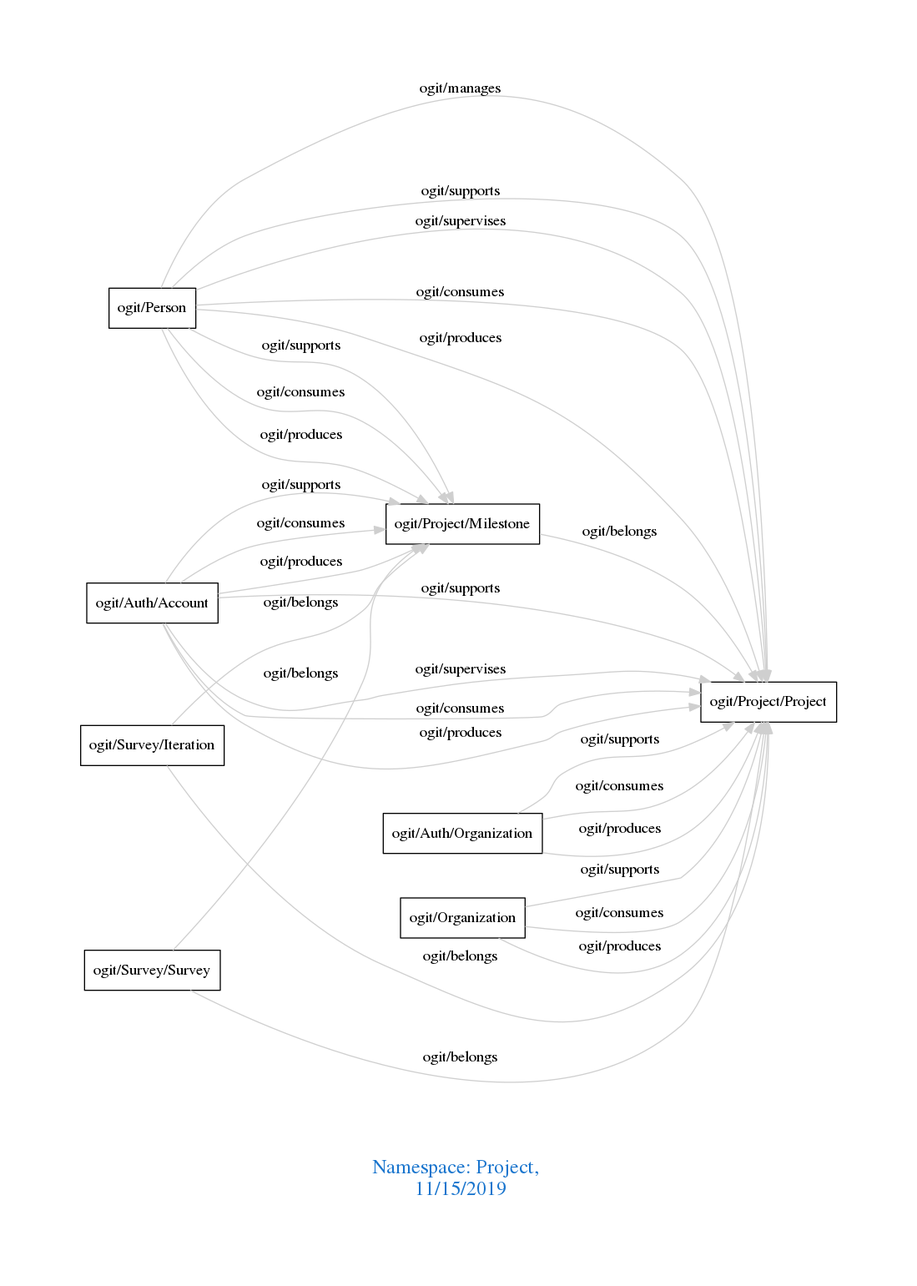
arago/OGIT keeps this Graphviz diagram as downloads/Project.png. Above is the earlier version. Its source is kept beside it as downloads/Project.dot.
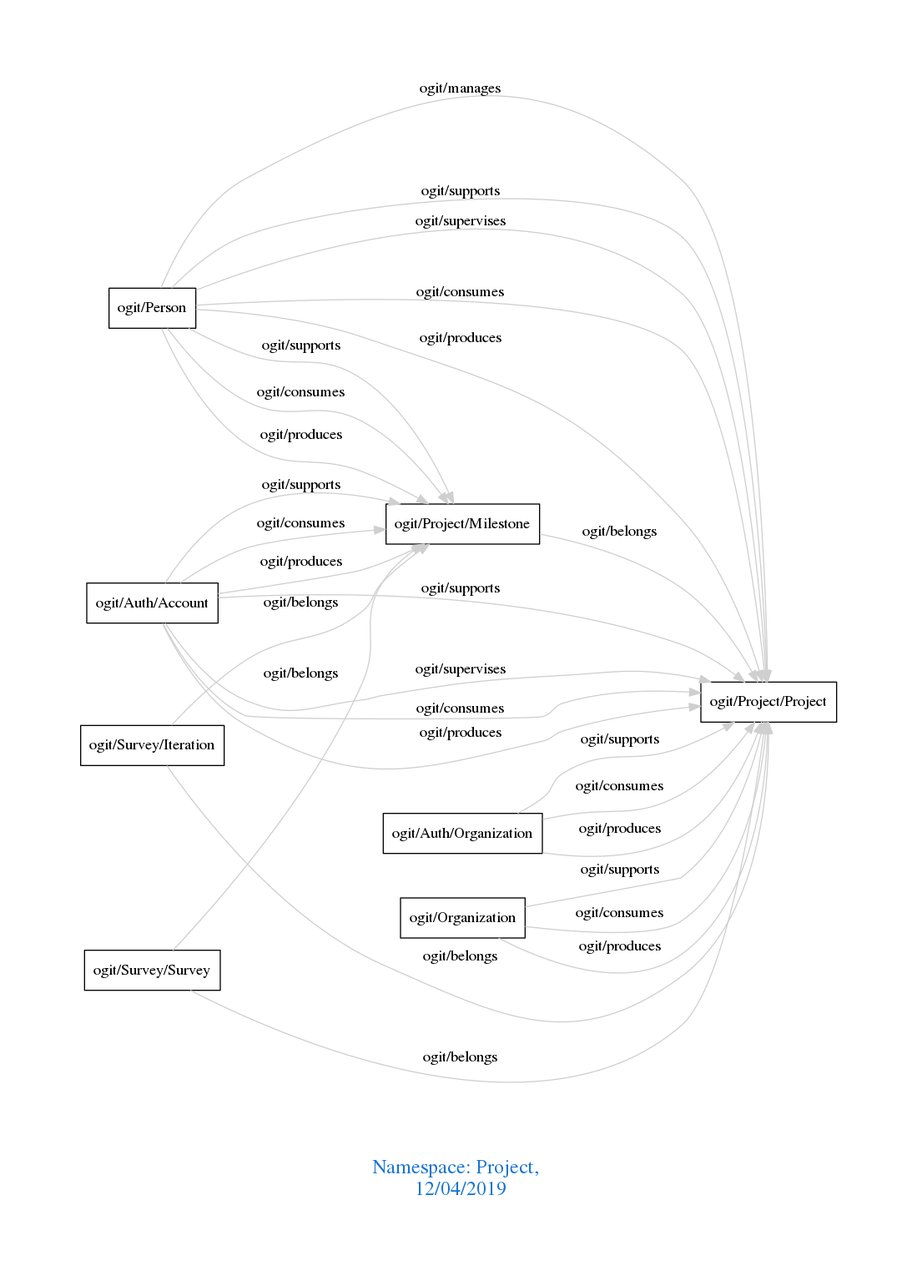
The same diagram one commit later.

Diff of the diagram source:
```diff
@@ -1,7 +1,7 @@
 digraph OGIT_ontology {
  graph [ rankdir= LR,pad=1
 fontsize = 18,
-fontcolor= dodgerblue3,label = "\n\n\nNamespace: Project, \n 11/15/2019"];
+fontcolor= dodgerblue3,label = "\n\n\nNamespace: Project, \n 12/04/2019"];
 node[shape=polygon];
 edge [  color="gray81"];
 
```
